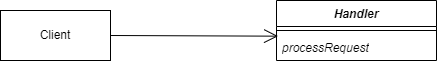
This is diagram.drawio.png from xiangxiang3451/OOAP_03, a draw.io export, as it was before one commit. Source tidied: cells renumbered, new cells last; positions are measured from the earlier drawing's top-left corner, leaving out a move shared by most shapes.
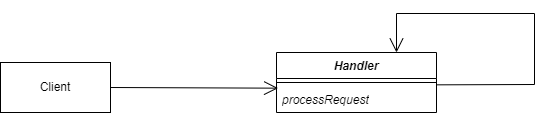
The same file after the commit.

Change to the diagram source:
```diff
@@ -11,6 +11,15 @@
     <mxCell id="4" value="&lt;i&gt;processRequest&lt;/i&gt;" style="text;strokeColor=none;fillColor=none;align=left;verticalAlign=top;spacingLeft=4;spacingRight=4;overflow=hidden;points=[[0,0.5],[1,0.5]];portConstraint=eastwest;whiteSpace=wrap;html=1;" parent="2" vertex="1">
       <mxGeometry y="34" width="160" height="26" as="geometry" />
     </mxCell>
+    <mxCell id="7" style="endArrow=open;endFill=1;endSize=12;html=1;rounded=0;fontSize=12;curved=0;exitX=0.998;exitY=-0.064;exitDx=0;exitDy=0;exitPerimeter=0;entryX=0.75;entryY=0;entryDx=0;entryDy=0;" parent="2" edge="1" source="4" target="2">
+      <mxGeometry relative="1" as="geometry">
+        <Array as="points">
+          <mxPoint x="258" y="32" />
+          <mxPoint x="258" y="-39" />
+          <mxPoint x="120" y="-39" />
+        </Array>
+      </mxGeometry>
+    </mxCell>
     <mxCell id="5" value="Client" style="html=1;whiteSpace=wrap;" parent="1" vertex="1">
       <mxGeometry y="10" width="110" height="50" as="geometry" />
     </mxCell>
```
